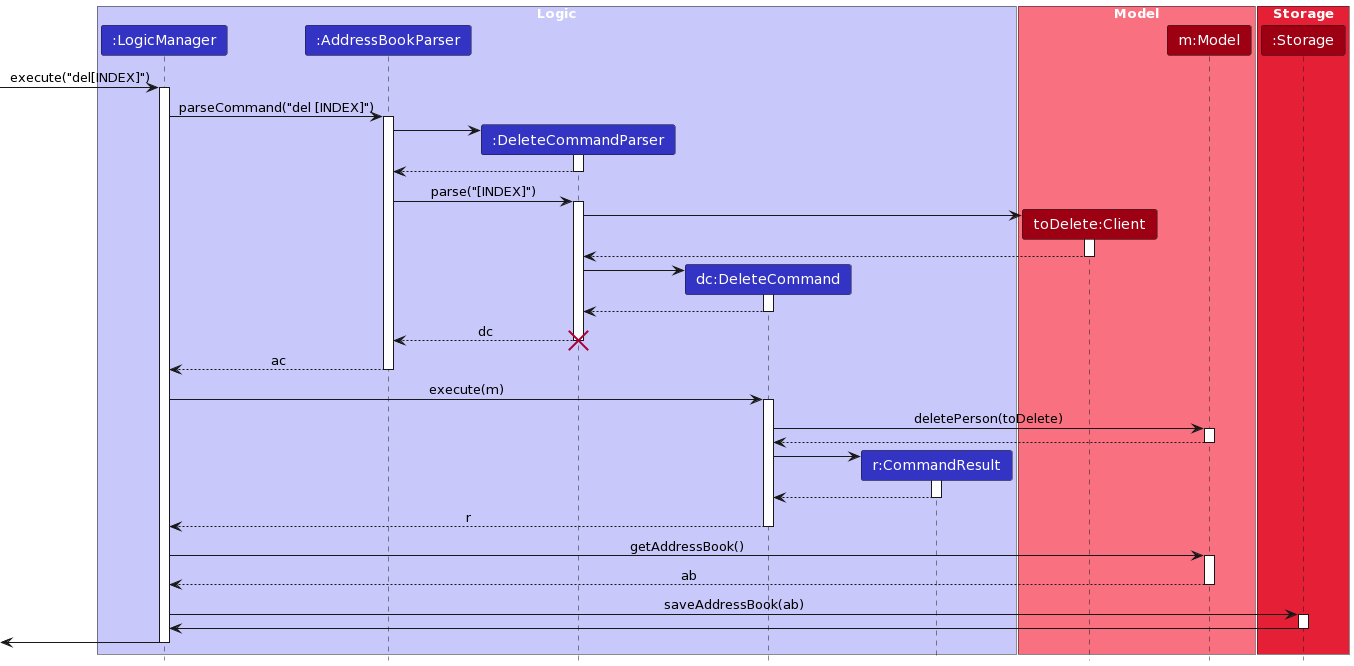
Before: docs/images/DeleteSequenceDiagram.png, a diagram exported from PlantUML (camille-readbean/tp). Source of this version:
```plantuml
@startuml
skinparam ArrowFontStyle plain
hide footbox
skinparam sequenceMessageAlign center
box "<color #white> Logic </color>" #C8C8FA
participant "<color #white> :LogicManager </color>" as LM #3333C4
participant "<color #white> :AddressBookParser </color>" as ABP #3333C4
participant "<color #white> :DeleteCommandParser </color>" as DCP #3333C4
participant "<color #white> dc:DeleteCommand </color>" as dc #3333C4
participant "<color #white> r:CommandResult </color>" as r #3333C4
end box

box "<color #white> Model </color>" #F97181
participant "<color #white> toDelete:Client </color>" as tD #9D0012
participant "<color #white> m:Model </color>" as m #9D0012
end box

box "<color #white> Storage </color>" #E41F36
participant "<color #white> :Storage </color>" as S #9D0012
end box

[-> LM: execute("del[INDEX]")
activate LM
LM -> ABP : parseCommand("del [INDEX]")
activate ABP
create DCP
ABP -> DCP ++
DCP --> ABP --
ABP -> DCP : parse("[INDEX]")
activate DCP

create tD
DCP -> tD ++
tD --> DCP --

create dc
DCP -> dc ++
dc --> DCP --
DCP --> ABP : dc
deactivate DCP
destroy DCP

ABP --> LM : ac
deactivate ABP

LM -> dc : execute(m)
activate dc
dc -> m ++ : deletePerson(toDelete)
m --> dc --

create r
dc -> r ++
r --> dc --
dc --> LM -- : r

LM -> m ++ : getAddressBook()
m --> LM -- : ab

LM -> S ++ : saveAddressBook(ab)
S -> LM --

[<- LM --
@enduml
```
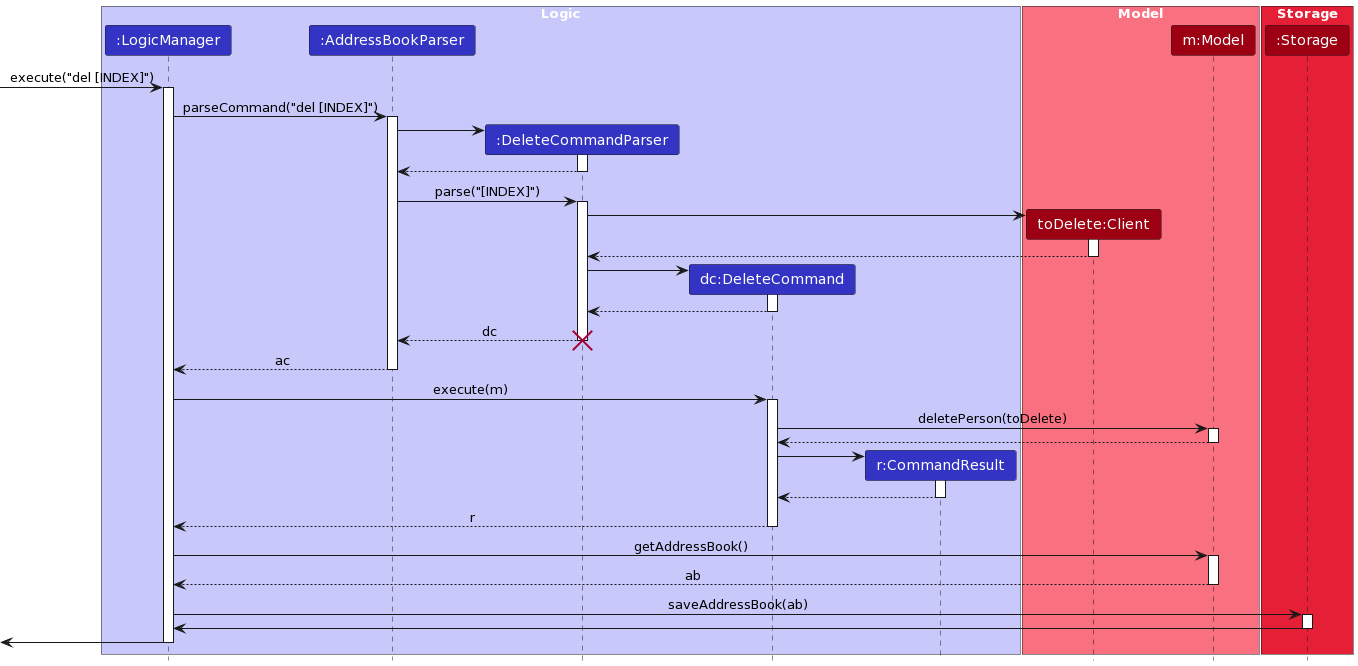
Above is the later version.

Commit message:
Update delete sequence diagram

Diff of the diagram source:
```diff
@@ -19,7 +19,7 @@
 participant "<color #white> :Storage </color>" as S #9D0012
 end box
 
-[-> LM: execute("del[INDEX]")
+[-> LM: execute("del [INDEX]")
 activate LM
 LM -> ABP : parseCommand("del [INDEX]")
 activate ABP
```
